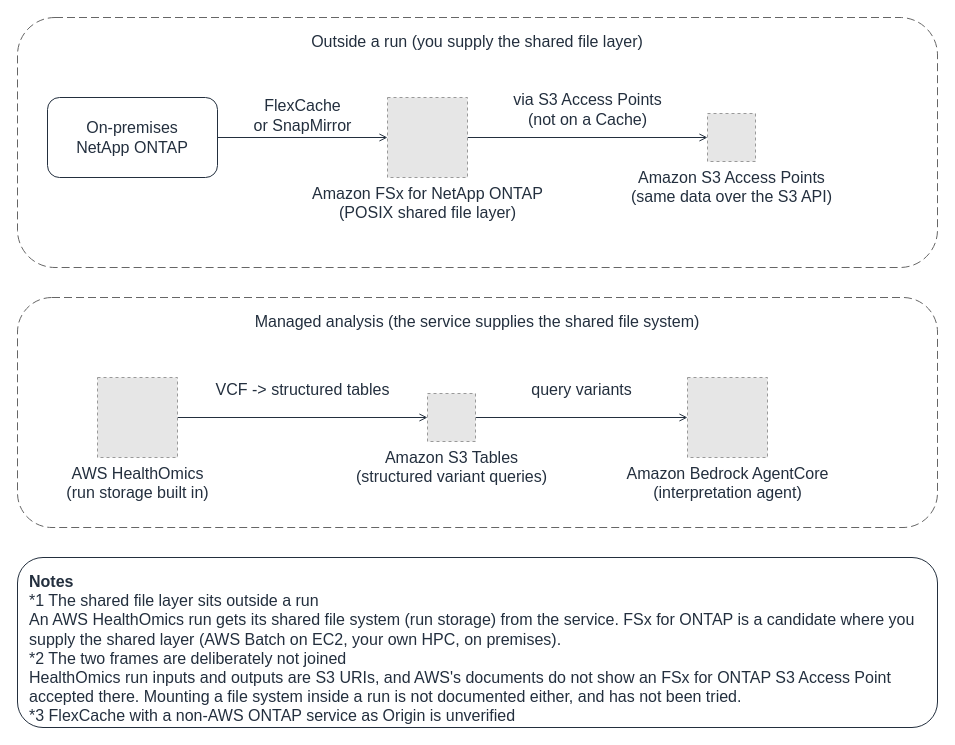
This is docs/_assets/diagrams/genomics-hpc-data-layers-en.drawio from Yoshiki0705/FSx-for-ONTAP-Adoption-Playbook, a draw.io file, before an edit. Source tidied: cells renumbered, new cells numbered last; positions are measured from the earlier drawing's top-left corner, leaving out a move shared by most shapes. Both pictures are drawn from the tidied source at 100%, with x=0, y=0 at pixel (17, 17). Pictures stored in the file or linked from it are replaced by grey dashed boxes.
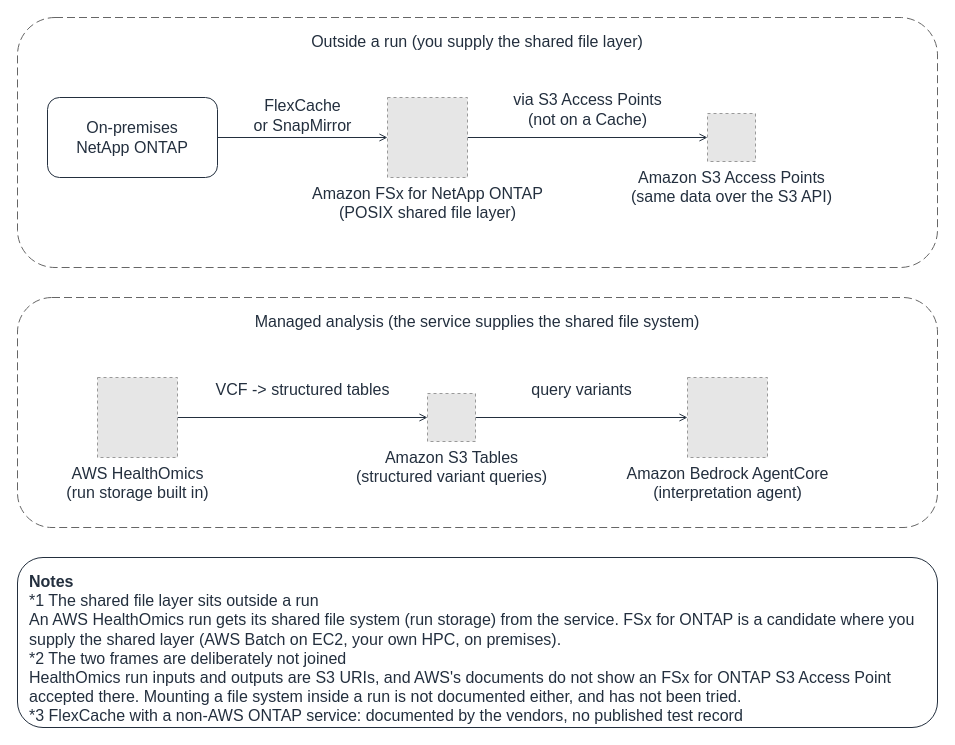
The same diagram, later.

Diff of the diagram source:
```diff
@@
 <mxGraphModel background="#FFFFFF">
   <root>
     <mxCell id="0" />
     <mxCell id="1" parent="0" />
     <mxCell id="2" value="FlexCache&lt;br&gt;or SnapMirror" style="edgeStyle=orthogonalEdgeStyle;rounded=0;html=1;endArrow=open;endFill=0;strokeColor=#232F3E;strokeWidth=1;fontSize=16;fontColor=#232F3E;labelBackgroundColor=#FFFFFF;exitX=1.0;exitY=0.5;exitDx=0;exitDy=0;entryX=0.0;entryY=0.5;entryDx=0;entryDy=0;" parent="1" edge="1" source="8" target="10">
       <mxGeometry relative="1" as="geometry">
         <mxPoint y="-22" as="offset" />
       </mxGeometry>
     </mxCell>
     <mxCell id="3" value="via S3 Access Points&lt;br&gt;(not on a Cache)" style="edgeStyle=orthogonalEdgeStyle;rounded=0;html=1;endArrow=open;endFill=0;strokeColor=#232F3E;strokeWidth=1;fontSize=16;fontColor=#232F3E;labelBackgroundColor=#FFFFFF;exitX=1.0;exitY=0.5;exitDx=0;exitDy=0;entryX=0.0;entryY=0.5;entryDx=0;entryDy=0;" parent="1" edge="1" source="10" target="11">
       <mxGeometry relative="1" as="geometry">
         <mxPoint y="-28" as="offset" />
       </mxGeometry>
     </mxCell>
     <mxCell id="4" value="VCF -&amp;gt; structured tables" style="edgeStyle=orthogonalEdgeStyle;rounded=0;html=1;endArrow=open;endFill=0;strokeColor=#232F3E;strokeWidth=1;fontSize=16;fontColor=#232F3E;labelBackgroundColor=#FFFFFF;exitX=1.0;exitY=0.5;exitDx=0;exitDy=0;entryX=0.0;entryY=0.5;entryDx=0;entryDy=0;" parent="1" edge="1" source="12" target="13">
       <mxGeometry relative="1" as="geometry">
         <mxPoint y="-28" as="offset" />
       </mxGeometry>
     </mxCell>
     <mxCell id="5" value="query variants" style="edgeStyle=orthogonalEdgeStyle;rounded=0;html=1;endArrow=open;endFill=0;strokeColor=#232F3E;strokeWidth=1;fontSize=16;fontColor=#232F3E;labelBackgroundColor=#FFFFFF;exitX=1.0;exitY=0.5;exitDx=0;exitDy=0;entryX=0.0;entryY=0.5;entryDx=0;entryDy=0;" parent="1" edge="1" source="13" target="14">
       <mxGeometry relative="1" as="geometry">
         <mxPoint y="-28" as="offset" />
       </mxGeometry>
     </mxCell>
     <mxCell id="6" value="Outside a run (you supply the shared file layer)" style="rounded=1;whiteSpace=wrap;html=1;dashed=1;dashPattern=8 4;strokeColor=#666666;fillColor=none;fontColor=#232F3E;fontSize=16;verticalAlign=top;align=center;spacingTop=8;" parent="1" vertex="1">
       <mxGeometry width="920" height="250" as="geometry" />
     </mxCell>
     <mxCell id="7" value="Managed analysis (the service supplies the shared file system)" style="rounded=1;whiteSpace=wrap;html=1;dashed=1;dashPattern=8 4;strokeColor=#666666;fillColor=none;fontColor=#232F3E;fontSize=16;verticalAlign=top;align=center;spacingTop=8;" parent="1" vertex="1">
       <mxGeometry y="280" width="920" height="230" as="geometry" />
     </mxCell>
     <mxCell id="8" value="On-premises&lt;br&gt;NetApp ONTAP" style="rounded=1;whiteSpace=wrap;html=1;strokeColor=#232F3E;fillColor=none;fontColor=#232F3E;fontSize=16;verticalAlign=middle;align=center;" parent="1" vertex="1">
       <mxGeometry x="30" y="80" width="170" height="80" as="geometry" />
     </mxCell>
-    <mxCell id="9" value="&lt;b&gt;Notes&lt;/b&gt;&lt;br&gt;*1 The shared file layer sits outside a run&lt;br&gt;An AWS HealthOmics run gets its shared file system (run storage) from the service. FSx for ONTAP is a candidate where you supply the shared layer (AWS Batch on EC2, your own HPC, on premises).&lt;br&gt;*2 The two frames are deliberately not joined&lt;br&gt;HealthOmics run inputs and outputs are S3 URIs, and AWS's documents do not show an FSx for ONTAP S3 Access Point accepted there. Mounting a file system inside a run is not documented either, and has not been tried.&lt;br&gt;*3 FlexCache with a non-AWS ONTAP service as Origin is unverified" style="rounded=1;whiteSpace=wrap;html=1;strokeColor=#232F3E;fillColor=none;fontColor=#232F3E;fontSize=16;verticalAlign=top;align=left;spacingLeft=10;spacingRight=10;spacingTop=8;" parent="1" vertex="1">
+    <mxCell id="9" value="&lt;b&gt;Notes&lt;/b&gt;&lt;br&gt;*1 The shared file layer sits outside a run&lt;br&gt;An AWS HealthOmics run gets its shared file system (run storage) from the service. FSx for ONTAP is a candidate where you supply the shared layer (AWS Batch on EC2, your own HPC, on premises).&lt;br&gt;*2 The two frames are deliberately not joined&lt;br&gt;HealthOmics run inputs and outputs are S3 URIs, and AWS's documents do not show an FSx for ONTAP S3 Access Point accepted there. Mounting a file system inside a run is not documented either, and has not been tried.&lt;br&gt;*3 FlexCache with a non-AWS ONTAP service: documented by the vendors, no published test record" style="rounded=1;whiteSpace=wrap;html=1;strokeColor=#232F3E;fillColor=none;fontColor=#232F3E;fontSize=16;verticalAlign=top;align=left;spacingLeft=10;spacingRight=10;spacingTop=8;" parent="1" vertex="1">
       <mxGeometry y="540" width="920" height="170" as="geometry" />
     </mxCell>
     <mxCell id="10" value="Amazon FSx for NetApp ONTAP&lt;br&gt;(POSIX shared file layer)" style="fillColor=#E6E6E6;strokeColor=#999999;dashed=1;html=1;verticalLabelPosition=bottom;verticalAlign=top;labelPosition=center;align=center;fontSize=16;fontColor=#232F3E;" parent="1" vertex="1">
       <mxGeometry x="370" y="80" width="80" height="80" as="geometry" />
     </mxCell>
     <mxCell id="11" value="Amazon S3 Access Points&lt;br&gt;(same data over the S3 API)" style="fillColor=#E6E6E6;strokeColor=#999999;dashed=1;html=1;verticalLabelPosition=bottom;verticalAlign=top;labelPosition=center;align=center;fontSize=16;fontColor=#232F3E;" parent="1" vertex="1">
       <mxGeometry x="690" y="96" width="48" height="48" as="geometry" />
     </mxCell>
     <mxCell id="12" value="AWS HealthOmics&lt;br&gt;(run storage built in)" style="fillColor=#E6E6E6;strokeColor=#999999;dashed=1;html=1;verticalLabelPosition=bottom;verticalAlign=top;labelPosition=center;align=center;fontSize=16;fontColor=#232F3E;" parent="1" vertex="1">
       <mxGeometry x="80" y="360" width="80" height="80" as="geometry" />
     </mxCell>
     <mxCell id="13" value="Amazon S3 Tables&lt;br&gt;(structured variant queries)" style="fillColor=#E6E6E6;strokeColor=#999999;dashed=1;html=1;verticalLabelPosition=bottom;verticalAlign=top;labelPosition=center;align=center;fontSize=16;fontColor=#232F3E;" parent="1" vertex="1">
       <mxGeometry x="410" y="376" width="48" height="48" as="geometry" />
     </mxCell>
     <mxCell id="14" value="Amazon Bedrock AgentCore&lt;br&gt;(interpretation agent)" style="fillColor=#E6E6E6;strokeColor=#999999;dashed=1;html=1;verticalLabelPosition=bottom;verticalAlign=top;labelPosition=center;align=center;fontSize=16;fontColor=#232F3E;" parent="1" vertex="1">
       <mxGeometry x="670" y="360" width="80" height="80" as="geometry" />
     </mxCell>
   </root>
 </mxGraphModel>
```
